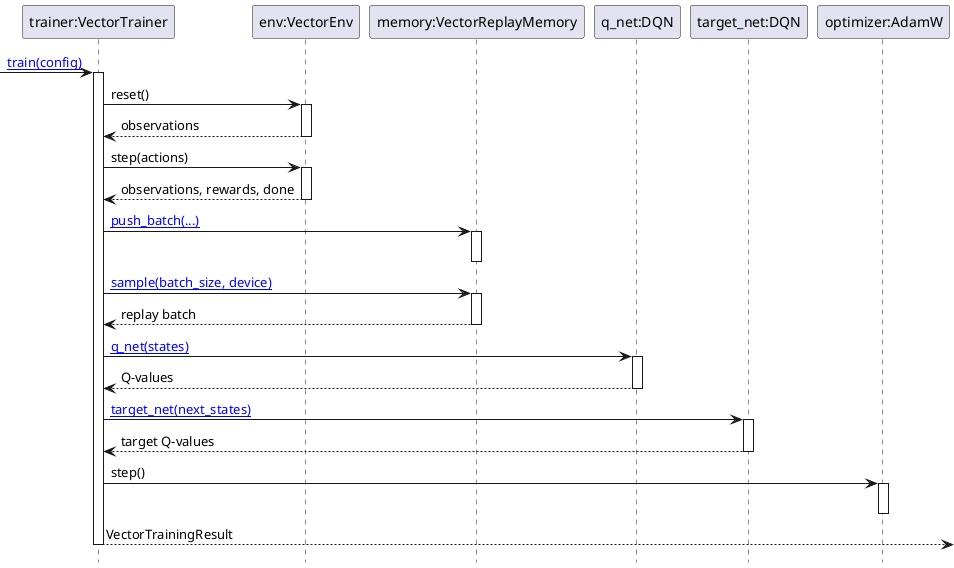
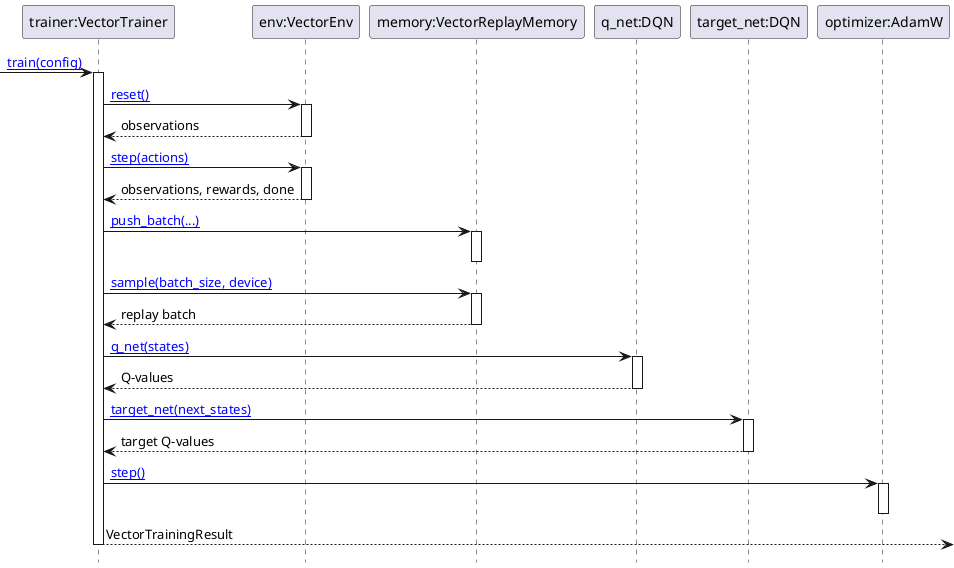
@startuml

hide footbox

participant "trainer:VectorTrainer" as trainer
participant "env:VectorEnv" as env
participant "memory:VectorReplayMemory" as memory
participant "q_net:DQN" as q_net
participant "target_net:DQN" as target_net
participant "optimizer:AdamW" as optimizer

url of trainer is [[vscode://file/C:/Users/mwehle/Documents/_P/KI/rl_lab/dqn/src/dqn/vector_training.py:115:1]]
url of memory is [[vscode://file/C:/Users/mwehle/Documents/_P/KI/rl_lab/dqn/src/dqn/vector_training.py:51:1]]
url of q_net is [[vscode://file/C:/Users/mwehle/Documents/_P/KI/rl_lab/dqn/src/dqn/model.py:8:1]]
url of target_net is [[vscode://file/C:/Users/mwehle/Documents/_P/KI/rl_lab/dqn/src/dqn/model.py:8:1]]
+ url of env is [[https://gymnasium.farama.org/api/vector/]]
+ url of optimizer is [[https://docs.pytorch.org/docs/stable/generated/torch.optim.AdamW.html]]

[-> trainer : [[vscode://file/C:/Users/mwehle/Documents/_P/KI/rl_lab/dqn/src/dqn/vector_training.py:166:1 train(config)]]
activate trainer

- trainer -> env : reset()
+ trainer -> env : [[https://gymnasium.farama.org/api/vector/ reset()]]
activate env
env --> trainer : observations
deactivate env

- trainer -> env : step(actions)
+ trainer -> env : [[https://gymnasium.farama.org/api/vector/ step(actions)]]
activate env
env --> trainer : observations, rewards, done
deactivate env

trainer -> memory : [[vscode://file/C:/Users/mwehle/Documents/_P/KI/rl_lab/dqn/src/dqn/vector_training.py:70:1 push_batch(...)]]
activate memory
deactivate memory

trainer -> memory : [[vscode://file/C:/Users/mwehle/Documents/_P/KI/rl_lab/dqn/src/dqn/vector_training.py:100:1 sample(batch_size, device)]]
activate memory
memory --> trainer : replay batch
deactivate memory

trainer -> q_net : [[vscode://file/C:/Users/mwehle/Documents/_P/KI/rl_lab/dqn/src/dqn/model.py:15:1 q_net(states)]]
activate q_net
q_net --> trainer : Q-values
deactivate q_net

trainer -> target_net : [[vscode://file/C:/Users/mwehle/Documents/_P/KI/rl_lab/dqn/src/dqn/model.py:15:1 target_net(next_states)]]
activate target_net
target_net --> trainer : target Q-values
deactivate target_net

- trainer -> optimizer : step()
+ trainer -> optimizer : [[https://docs.pytorch.org/docs/stable/generated/torch.optim.AdamW.html step()]]
activate optimizer
deactivate optimizer

trainer -->] : VectorTrainingResult
deactivate trainer

@enduml
